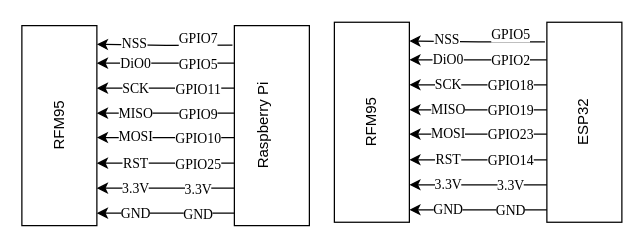
Before: ESP32_RPI_RFM9x.drawio in KevinLindemark/LoRa_Raspberry_Pi_ESP32_Micropython, a draw.io diagram. Source tidied: cells renumbered, new cells numbered last; positions are measured from the earlier drawing's top-left corner, leaving out a move shared by most shapes. Both pictures are drawn from the tidied source at 125%, with x=0, y=0 at pixel (-41, 40).
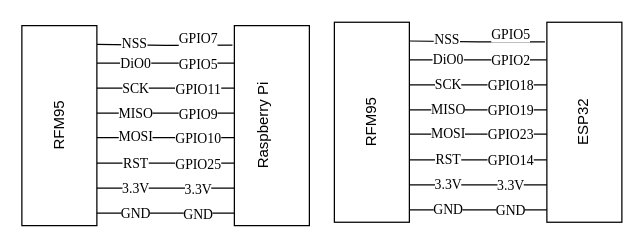
The same diagram, later.

Unchanged cells that the change refers to:
```xml
<mxCell id="8" value="&#10;Raspberry Pi&#10;&#10;" style="rounded=0;whiteSpace=wrap;html=1;rotation=-90;" parent="1" vertex="1">
  <mxGeometry x="170" y="38" width="160" height="60" as="geometry" />
</mxCell>
<mxCell id="34" value="ESP32" style="rounded=0;whiteSpace=wrap;html=1;rotation=-90;" parent="1" vertex="1">
  <mxGeometry x="420" y="35.3" width="160" height="60" as="geometry" />
</mxCell>
```

Diff of the diagram source:
```diff
@@
-    <mxCell id="2" style="edgeStyle=orthogonalEdgeStyle;rounded=0;jettySize=auto;html=1;exitX=0.902;exitY=-0.026;exitDx=0;exitDy=0;exitPerimeter=0;" parent="1" edge="1" source="8">
+    <mxCell id="2" style="edgeStyle=orthogonalEdgeStyle;rounded=0;jettySize=auto;html=1;exitX=0.902;exitY=-0.026;exitDx=0;exitDy=0;exitPerimeter=0;endArrow=none;endFill=0;" parent="1" edge="1" source="8">
       <mxGeometry relative="1" as="geometry">
         <mxPoint x="110" y="3" as="targetPoint" />
       </mxGeometry>
     </mxCell>
@@
-    <mxCell id="5" style="edgeStyle=orthogonalEdgeStyle;rounded=0;orthogonalLoop=1;jettySize=auto;html=1;exitX=0.75;exitY=0;exitDx=0;exitDy=0;entryX=0.75;entryY=1;entryDx=0;entryDy=0;" parent="1" edge="1">
+    <mxCell id="5" style="edgeStyle=orthogonalEdgeStyle;rounded=0;orthogonalLoop=1;jettySize=auto;html=1;exitX=0.75;exitY=0;exitDx=0;exitDy=0;entryX=0.75;entryY=1;entryDx=0;entryDy=0;endArrow=none;endFill=0;" parent="1" edge="1">
       <mxGeometry relative="1" as="geometry">
         <mxPoint x="220" y="18" as="sourcePoint" />
         <mxPoint x="110" y="18" as="targetPoint" />
       </mxGeometry>
     </mxCell>
@@
-    <mxCell id="10" style="edgeStyle=orthogonalEdgeStyle;rounded=0;orthogonalLoop=1;jettySize=auto;html=1;exitX=0.75;exitY=0;exitDx=0;exitDy=0;entryX=0.75;entryY=1;entryDx=0;entryDy=0;" parent="1" edge="1">
+    <mxCell id="10" style="edgeStyle=orthogonalEdgeStyle;rounded=0;orthogonalLoop=1;jettySize=auto;html=1;exitX=0.75;exitY=0;exitDx=0;exitDy=0;entryX=0.75;entryY=1;entryDx=0;entryDy=0;endArrow=none;endFill=0;" parent="1" edge="1">
       <mxGeometry relative="1" as="geometry">
         <mxPoint x="220" y="38" as="sourcePoint" />
         <mxPoint x="110" y="38" as="targetPoint" />
       </mxGeometry>
     </mxCell>
@@
-    <mxCell id="13" style="edgeStyle=orthogonalEdgeStyle;rounded=0;orthogonalLoop=1;jettySize=auto;html=1;exitX=0.75;exitY=0;exitDx=0;exitDy=0;entryX=0.75;entryY=1;entryDx=0;entryDy=0;" parent="1" edge="1">
+    <mxCell id="13" style="edgeStyle=orthogonalEdgeStyle;rounded=0;orthogonalLoop=1;jettySize=auto;html=1;exitX=0.75;exitY=0;exitDx=0;exitDy=0;entryX=0.75;entryY=1;entryDx=0;entryDy=0;endArrow=none;endFill=0;" parent="1" edge="1">
       <mxGeometry relative="1" as="geometry">
         <mxPoint x="220" y="58" as="sourcePoint" />
         <mxPoint x="110" y="58" as="targetPoint" />
       </mxGeometry>
     </mxCell>
@@
-    <mxCell id="16" style="edgeStyle=orthogonalEdgeStyle;rounded=0;orthogonalLoop=1;jettySize=auto;html=1;exitX=0.75;exitY=0;exitDx=0;exitDy=0;entryX=0.75;entryY=1;entryDx=0;entryDy=0;" parent="1" edge="1">
+    <mxCell id="16" style="edgeStyle=orthogonalEdgeStyle;rounded=0;orthogonalLoop=1;jettySize=auto;html=1;exitX=0.75;exitY=0;exitDx=0;exitDy=0;entryX=0.75;entryY=1;entryDx=0;entryDy=0;endArrow=none;endFill=0;" parent="1" edge="1">
       <mxGeometry relative="1" as="geometry">
         <mxPoint x="220" y="77.5" as="sourcePoint" />
         <mxPoint x="110" y="77.5" as="targetPoint" />
       </mxGeometry>
     </mxCell>
@@
-    <mxCell id="19" style="edgeStyle=orthogonalEdgeStyle;rounded=0;orthogonalLoop=1;jettySize=auto;html=1;exitX=0.75;exitY=0;exitDx=0;exitDy=0;entryX=0.75;entryY=1;entryDx=0;entryDy=0;" parent="1" edge="1">
+    <mxCell id="19" style="edgeStyle=orthogonalEdgeStyle;rounded=0;orthogonalLoop=1;jettySize=auto;html=1;exitX=0.75;exitY=0;exitDx=0;exitDy=0;entryX=0.75;entryY=1;entryDx=0;entryDy=0;endArrow=none;endFill=0;" parent="1" edge="1">
       <mxGeometry relative="1" as="geometry">
         <mxPoint x="220" y="98" as="sourcePoint" />
         <mxPoint x="110" y="98" as="targetPoint" />
       </mxGeometry>
     </mxCell>
@@
-    <mxCell id="22" style="edgeStyle=orthogonalEdgeStyle;rounded=0;orthogonalLoop=1;jettySize=auto;html=1;exitX=0.75;exitY=0;exitDx=0;exitDy=0;entryX=0.75;entryY=1;entryDx=0;entryDy=0;" parent="1" edge="1">
+    <mxCell id="22" style="edgeStyle=orthogonalEdgeStyle;rounded=0;orthogonalLoop=1;jettySize=auto;html=1;exitX=0.75;exitY=0;exitDx=0;exitDy=0;entryX=0.75;entryY=1;entryDx=0;entryDy=0;endArrow=none;endFill=0;" parent="1" edge="1">
       <mxGeometry relative="1" as="geometry">
         <mxPoint x="220" y="118" as="sourcePoint" />
         <mxPoint x="110" y="118" as="targetPoint" />
       </mxGeometry>
     </mxCell>
@@
-    <mxCell id="25" style="edgeStyle=orthogonalEdgeStyle;rounded=0;orthogonalLoop=1;jettySize=auto;html=1;exitX=0.75;exitY=0;exitDx=0;exitDy=0;entryX=0.75;entryY=1;entryDx=0;entryDy=0;" parent="1" edge="1">
+    <mxCell id="25" style="edgeStyle=orthogonalEdgeStyle;rounded=0;orthogonalLoop=1;jettySize=auto;html=1;exitX=0.75;exitY=0;exitDx=0;exitDy=0;entryX=0.75;entryY=1;entryDx=0;entryDy=0;endArrow=none;endFill=0;" parent="1" edge="1">
       <mxGeometry relative="1" as="geometry">
         <mxPoint x="220" y="138" as="sourcePoint" />
         <mxPoint x="110" y="138" as="targetPoint" />
       </mxGeometry>
     </mxCell>
@@
-    <mxCell id="28" style="edgeStyle=orthogonalEdgeStyle;rounded=0;jettySize=auto;html=1;exitX=0.902;exitY=-0.026;exitDx=0;exitDy=0;exitPerimeter=0;" parent="1" edge="1" source="34">
+    <mxCell id="28" style="edgeStyle=orthogonalEdgeStyle;rounded=0;jettySize=auto;html=1;exitX=0.902;exitY=-0.026;exitDx=0;exitDy=0;exitPerimeter=0;endArrow=none;endFill=0;" parent="1" edge="1" source="34">
       <mxGeometry relative="1" as="geometry">
         <mxPoint x="360" y="0.3" as="targetPoint" />
       </mxGeometry>
     </mxCell>
@@
-    <mxCell id="31" style="edgeStyle=orthogonalEdgeStyle;rounded=0;orthogonalLoop=1;jettySize=auto;html=1;exitX=0.75;exitY=0;exitDx=0;exitDy=0;entryX=0.75;entryY=1;entryDx=0;entryDy=0;" parent="1" edge="1">
+    <mxCell id="31" style="edgeStyle=orthogonalEdgeStyle;rounded=0;orthogonalLoop=1;jettySize=auto;html=1;exitX=0.75;exitY=0;exitDx=0;exitDy=0;entryX=0.75;entryY=1;entryDx=0;entryDy=0;endArrow=none;endFill=0;" parent="1" edge="1">
       <mxGeometry relative="1" as="geometry">
         <mxPoint x="470" y="15.3" as="sourcePoint" />
         <mxPoint x="360" y="15.3" as="targetPoint" />
       </mxGeometry>
     </mxCell>
@@
-    <mxCell id="36" style="edgeStyle=orthogonalEdgeStyle;rounded=0;orthogonalLoop=1;jettySize=auto;html=1;exitX=0.75;exitY=0;exitDx=0;exitDy=0;entryX=0.75;entryY=1;entryDx=0;entryDy=0;" parent="1" edge="1">
+    <mxCell id="36" style="edgeStyle=orthogonalEdgeStyle;rounded=0;orthogonalLoop=1;jettySize=auto;html=1;exitX=0.75;exitY=0;exitDx=0;exitDy=0;entryX=0.75;entryY=1;entryDx=0;entryDy=0;endArrow=none;endFill=0;" parent="1" edge="1">
       <mxGeometry relative="1" as="geometry">
         <mxPoint x="470" y="35.3" as="sourcePoint" />
         <mxPoint x="360" y="35.3" as="targetPoint" />
       </mxGeometry>
     </mxCell>
@@
-    <mxCell id="39" style="edgeStyle=orthogonalEdgeStyle;rounded=0;orthogonalLoop=1;jettySize=auto;html=1;exitX=0.75;exitY=0;exitDx=0;exitDy=0;entryX=0.75;entryY=1;entryDx=0;entryDy=0;" parent="1" edge="1">
+    <mxCell id="39" style="edgeStyle=orthogonalEdgeStyle;rounded=0;orthogonalLoop=1;jettySize=auto;html=1;exitX=0.75;exitY=0;exitDx=0;exitDy=0;entryX=0.75;entryY=1;entryDx=0;entryDy=0;endArrow=none;endFill=0;" parent="1" edge="1">
       <mxGeometry relative="1" as="geometry">
         <mxPoint x="470" y="55.3" as="sourcePoint" />
         <mxPoint x="360" y="55.3" as="targetPoint" />
       </mxGeometry>
     </mxCell>
@@
-    <mxCell id="42" style="edgeStyle=orthogonalEdgeStyle;rounded=0;orthogonalLoop=1;jettySize=auto;html=1;exitX=0.75;exitY=0;exitDx=0;exitDy=0;entryX=0.75;entryY=1;entryDx=0;entryDy=0;" parent="1" edge="1">
+    <mxCell id="42" style="edgeStyle=orthogonalEdgeStyle;rounded=0;orthogonalLoop=1;jettySize=auto;html=1;exitX=0.75;exitY=0;exitDx=0;exitDy=0;entryX=0.75;entryY=1;entryDx=0;entryDy=0;endArrow=none;endFill=0;" parent="1" edge="1">
       <mxGeometry relative="1" as="geometry">
         <mxPoint x="470" y="74.8" as="sourcePoint" />
         <mxPoint x="360" y="74.8" as="targetPoint" />
       </mxGeometry>
     </mxCell>
@@
-    <mxCell id="45" style="edgeStyle=orthogonalEdgeStyle;rounded=0;orthogonalLoop=1;jettySize=auto;html=1;exitX=0.75;exitY=0;exitDx=0;exitDy=0;entryX=0.75;entryY=1;entryDx=0;entryDy=0;" parent="1" edge="1">
+    <mxCell id="45" style="edgeStyle=orthogonalEdgeStyle;rounded=0;orthogonalLoop=1;jettySize=auto;html=1;exitX=0.75;exitY=0;exitDx=0;exitDy=0;entryX=0.75;entryY=1;entryDx=0;entryDy=0;endArrow=none;endFill=0;" parent="1" edge="1">
       <mxGeometry relative="1" as="geometry">
         <mxPoint x="470" y="95.3" as="sourcePoint" />
         <mxPoint x="360" y="95.3" as="targetPoint" />
       </mxGeometry>
     </mxCell>
@@
-    <mxCell id="48" style="edgeStyle=orthogonalEdgeStyle;rounded=0;orthogonalLoop=1;jettySize=auto;html=1;exitX=0.75;exitY=0;exitDx=0;exitDy=0;entryX=0.75;entryY=1;entryDx=0;entryDy=0;" parent="1" edge="1">
+    <mxCell id="48" style="edgeStyle=orthogonalEdgeStyle;rounded=0;orthogonalLoop=1;jettySize=auto;html=1;exitX=0.75;exitY=0;exitDx=0;exitDy=0;entryX=0.75;entryY=1;entryDx=0;entryDy=0;endArrow=none;endFill=0;" parent="1" edge="1">
       <mxGeometry relative="1" as="geometry">
         <mxPoint x="470" y="115.3" as="sourcePoint" />
         <mxPoint x="360" y="115.3" as="targetPoint" />
       </mxGeometry>
     </mxCell>
@@
-    <mxCell id="51" style="edgeStyle=orthogonalEdgeStyle;rounded=0;orthogonalLoop=1;jettySize=auto;html=1;exitX=0.75;exitY=0;exitDx=0;exitDy=0;entryX=0.75;entryY=1;entryDx=0;entryDy=0;" parent="1" edge="1">
+    <mxCell id="51" style="edgeStyle=orthogonalEdgeStyle;rounded=0;orthogonalLoop=1;jettySize=auto;html=1;exitX=0.75;exitY=0;exitDx=0;exitDy=0;entryX=0.75;entryY=1;entryDx=0;entryDy=0;endArrow=none;endFill=0;" parent="1" edge="1">
       <mxGeometry relative="1" as="geometry">
         <mxPoint x="470" y="135.3" as="sourcePoint" />
         <mxPoint x="360" y="135.3" as="targetPoint" />
       </mxGeometry>
     </mxCell>
```
